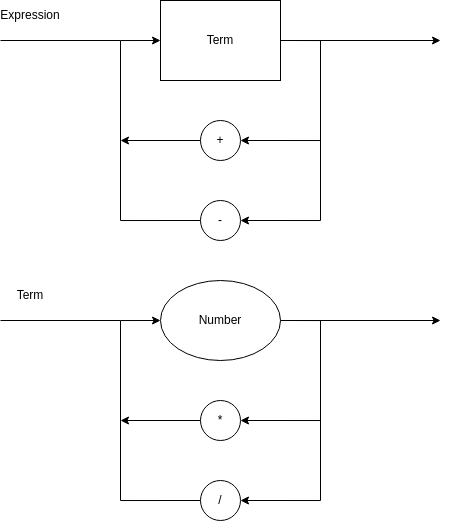
This is img/diagramaSintatico.drawio.png from NicolasQueiroga/julia-compiler, a draw.io export, as it was before one commit. Source tidied: cells renumbered, new cells last; positions are measured from the earlier drawing's top-left corner, leaving out a move shared by most shapes. The source it was exported from:
```xml
<mxGraphModel>
  <root>
    <mxCell id="0" />
    <mxCell id="1" parent="0" />
    <mxCell id="2" style="edgeStyle=orthogonalEdgeStyle;rounded=0;jettySize=auto;html=1;exitX=1;exitY=0.5;exitDx=0;exitDy=0;entryX=1;entryY=0.5;entryDx=0;entryDy=0;" parent="1" edge="1" source="4" target="6">
      <mxGeometry relative="1" as="geometry">
        <Array as="points">
          <mxPoint x="320" y="320" />
          <mxPoint x="320" y="420" />
        </Array>
      </mxGeometry>
    </mxCell>
    <mxCell id="3" style="edgeStyle=orthogonalEdgeStyle;rounded=0;jettySize=auto;html=1;exitX=1;exitY=0.5;exitDx=0;exitDy=0;entryX=1;entryY=0.5;entryDx=0;entryDy=0;" parent="1" edge="1" source="4" target="8">
      <mxGeometry relative="1" as="geometry">
        <Array as="points">
          <mxPoint x="320" y="320" />
          <mxPoint x="320" y="500" />
        </Array>
      </mxGeometry>
    </mxCell>
    <mxCell id="4" value="Number" style="ellipse;whiteSpace=wrap;html=1;" parent="1" vertex="1">
      <mxGeometry x="160" y="280" width="120" height="80" as="geometry" />
    </mxCell>
    <mxCell id="5" style="edgeStyle=orthogonalEdgeStyle;rounded=0;jettySize=auto;html=1;exitX=0;exitY=0.5;exitDx=0;exitDy=0;" parent="1" edge="1" source="6">
      <mxGeometry relative="1" as="geometry">
        <mxPoint x="120" y="420" as="targetPoint" />
      </mxGeometry>
    </mxCell>
    <mxCell id="6" value="*" style="ellipse;whiteSpace=wrap;html=1;" parent="1" vertex="1">
      <mxGeometry x="200" y="400" width="40" height="40" as="geometry" />
    </mxCell>
    <mxCell id="7" style="edgeStyle=orthogonalEdgeStyle;rounded=0;jettySize=auto;html=1;exitX=0;exitY=0.5;exitDx=0;exitDy=0;entryX=0;entryY=0.5;entryDx=0;entryDy=0;" parent="1" edge="1" source="8" target="4">
      <mxGeometry relative="1" as="geometry">
        <Array as="points">
          <mxPoint x="120" y="500" />
          <mxPoint x="120" y="320" />
        </Array>
      </mxGeometry>
    </mxCell>
    <mxCell id="8" value="/" style="ellipse;whiteSpace=wrap;html=1;" parent="1" vertex="1">
      <mxGeometry x="200" y="480" width="40" height="40" as="geometry" />
    </mxCell>
    <mxCell id="9" style="endArrow=none;html=1;rounded=0;" parent="1" edge="1">
      <mxGeometry relative="1" as="geometry">
        <mxPoint x="120" y="320" as="sourcePoint" />
        <mxPoint y="320" as="targetPoint" />
      </mxGeometry>
    </mxCell>
    <mxCell id="10" style="endArrow=classic;html=1;rounded=0;" parent="1" edge="1">
      <mxGeometry relative="1" as="geometry">
        <mxPoint x="320" y="320" as="sourcePoint" />
        <mxPoint x="440" y="320" as="targetPoint" />
      </mxGeometry>
    </mxCell>
    <mxCell id="11" value="Term" style="whiteSpace=wrap;html=1;" parent="1" vertex="1">
      <mxGeometry x="160" width="120" height="80" as="geometry" />
    </mxCell>
    <mxCell id="12" style="edgeStyle=orthogonalEdgeStyle;rounded=0;jettySize=auto;html=1;exitX=1;exitY=0.5;exitDx=0;exitDy=0;entryX=1;entryY=0.5;entryDx=0;entryDy=0;" parent="1" edge="1" target="15">
      <mxGeometry relative="1" as="geometry">
        <mxPoint x="280" y="40" as="sourcePoint" />
        <Array as="points">
          <mxPoint x="320" y="40" />
          <mxPoint x="320" y="140" />
        </Array>
      </mxGeometry>
    </mxCell>
    <mxCell id="13" style="edgeStyle=orthogonalEdgeStyle;rounded=0;jettySize=auto;html=1;exitX=1;exitY=0.5;exitDx=0;exitDy=0;entryX=1;entryY=0.5;entryDx=0;entryDy=0;" parent="1" edge="1" target="17">
      <mxGeometry relative="1" as="geometry">
        <mxPoint x="280" y="40" as="sourcePoint" />
        <Array as="points">
          <mxPoint x="320" y="40" />
          <mxPoint x="320" y="220" />
        </Array>
      </mxGeometry>
    </mxCell>
    <mxCell id="14" style="edgeStyle=orthogonalEdgeStyle;rounded=0;jettySize=auto;html=1;exitX=0;exitY=0.5;exitDx=0;exitDy=0;" parent="1" edge="1" source="15">
      <mxGeometry relative="1" as="geometry">
        <mxPoint x="120" y="140" as="targetPoint" />
      </mxGeometry>
    </mxCell>
    <mxCell id="15" value="+" style="ellipse;whiteSpace=wrap;html=1;" parent="1" vertex="1">
      <mxGeometry x="200" y="120" width="40" height="40" as="geometry" />
    </mxCell>
    <mxCell id="16" style="edgeStyle=orthogonalEdgeStyle;rounded=0;jettySize=auto;html=1;exitX=0;exitY=0.5;exitDx=0;exitDy=0;entryX=0;entryY=0.5;entryDx=0;entryDy=0;" parent="1" edge="1" source="17">
      <mxGeometry relative="1" as="geometry">
        <mxPoint x="160" y="40" as="targetPoint" />
        <Array as="points">
          <mxPoint x="120" y="220" />
          <mxPoint x="120" y="40" />
        </Array>
      </mxGeometry>
    </mxCell>
    <mxCell id="17" value="-" style="ellipse;whiteSpace=wrap;html=1;" parent="1" vertex="1">
      <mxGeometry x="200" y="200" width="40" height="40" as="geometry" />
    </mxCell>
    <mxCell id="18" style="endArrow=none;html=1;rounded=0;" parent="1" edge="1">
      <mxGeometry relative="1" as="geometry">
        <mxPoint x="120" y="40" as="sourcePoint" />
        <mxPoint y="40" as="targetPoint" />
      </mxGeometry>
    </mxCell>
    <mxCell id="19" style="endArrow=classic;html=1;rounded=0;" parent="1" edge="1">
      <mxGeometry relative="1" as="geometry">
        <mxPoint x="320" y="40" as="sourcePoint" />
        <mxPoint x="440" y="40" as="targetPoint" />
      </mxGeometry>
    </mxCell>
    <mxCell id="20" value="Expression" style="text;strokeColor=none;align=center;fillColor=none;html=1;verticalAlign=middle;whiteSpace=wrap;rounded=0;" parent="1" vertex="1">
      <mxGeometry width="60" height="30" as="geometry" />
    </mxCell>
    <mxCell id="21" value="Term" style="text;strokeColor=none;align=center;fillColor=none;html=1;verticalAlign=middle;whiteSpace=wrap;rounded=0;" parent="1" vertex="1">
      <mxGeometry y="280" width="60" height="30" as="geometry" />
    </mxCell>
  </root>
</mxGraphModel>
```
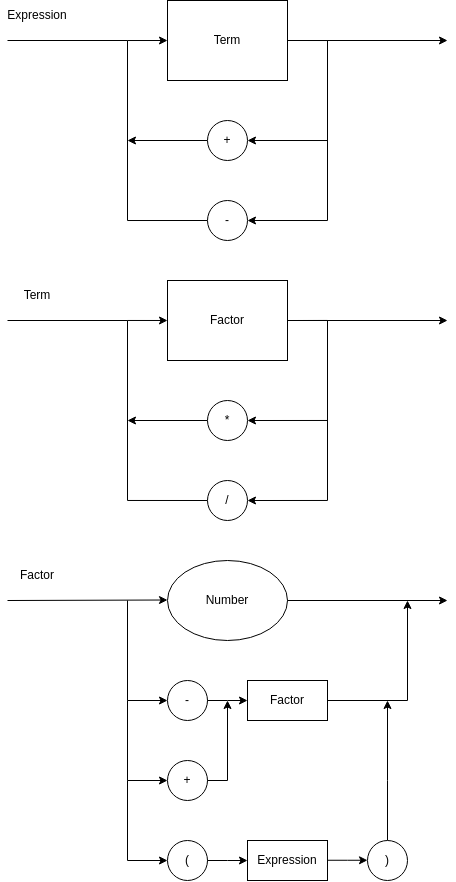
Later version of the same file.

What changed in the source:
```diff
@@ -2,25 +2,24 @@
   <root>
     <mxCell id="0" />
     <mxCell id="1" parent="0" />
-    <mxCell id="2" style="edgeStyle=orthogonalEdgeStyle;rounded=0;jettySize=auto;html=1;exitX=1;exitY=0.5;exitDx=0;exitDy=0;entryX=1;entryY=0.5;entryDx=0;entryDy=0;" parent="1" edge="1" source="4" target="6">
+    <mxCell id="2" style="edgeStyle=orthogonalEdgeStyle;rounded=0;jettySize=auto;html=1;exitX=1;exitY=0.5;exitDx=0;exitDy=0;entryX=1;entryY=0.5;entryDx=0;entryDy=0;" parent="1" edge="1" target="6">
       <mxGeometry relative="1" as="geometry">
+        <mxPoint x="280" y="320" as="sourcePoint" />
         <Array as="points">
           <mxPoint x="320" y="320" />
           <mxPoint x="320" y="420" />
         </Array>
       </mxGeometry>
     </mxCell>
-    <mxCell id="3" style="edgeStyle=orthogonalEdgeStyle;rounded=0;jettySize=auto;html=1;exitX=1;exitY=0.5;exitDx=0;exitDy=0;entryX=1;entryY=0.5;entryDx=0;entryDy=0;" parent="1" edge="1" source="4" target="8">
+    <mxCell id="3" style="edgeStyle=orthogonalEdgeStyle;rounded=0;jettySize=auto;html=1;exitX=1;exitY=0.5;exitDx=0;exitDy=0;entryX=1;entryY=0.5;entryDx=0;entryDy=0;" parent="1" edge="1" target="8">
       <mxGeometry relative="1" as="geometry">
+        <mxPoint x="280" y="320" as="sourcePoint" />
         <Array as="points">
           <mxPoint x="320" y="320" />
           <mxPoint x="320" y="500" />
         </Array>
       </mxGeometry>
     </mxCell>
-    <mxCell id="4" value="Number" style="ellipse;whiteSpace=wrap;html=1;" parent="1" vertex="1">
-      <mxGeometry x="160" y="280" width="120" height="80" as="geometry" />
-    </mxCell>
     <mxCell id="5" style="edgeStyle=orthogonalEdgeStyle;rounded=0;jettySize=auto;html=1;exitX=0;exitY=0.5;exitDx=0;exitDy=0;" parent="1" edge="1" source="6">
       <mxGeometry relative="1" as="geometry">
         <mxPoint x="120" y="420" as="targetPoint" />
@@ -29,8 +28,9 @@
     <mxCell id="6" value="*" style="ellipse;whiteSpace=wrap;html=1;" parent="1" vertex="1">
       <mxGeometry x="200" y="400" width="40" height="40" as="geometry" />
     </mxCell>
-    <mxCell id="7" style="edgeStyle=orthogonalEdgeStyle;rounded=0;jettySize=auto;html=1;exitX=0;exitY=0.5;exitDx=0;exitDy=0;entryX=0;entryY=0.5;entryDx=0;entryDy=0;" parent="1" edge="1" source="8" target="4">
+    <mxCell id="7" style="edgeStyle=orthogonalEdgeStyle;rounded=0;jettySize=auto;html=1;exitX=0;exitY=0.5;exitDx=0;exitDy=0;entryX=0;entryY=0.5;entryDx=0;entryDy=0;" parent="1" edge="1" source="8">
       <mxGeometry relative="1" as="geometry">
+        <mxPoint x="160" y="320" as="targetPoint" />
         <Array as="points">
           <mxPoint x="120" y="500" />
           <mxPoint x="120" y="320" />
@@ -111,5 +111,117 @@
     <mxCell id="21" value="Term" style="text;strokeColor=none;align=center;fillColor=none;html=1;verticalAlign=middle;whiteSpace=wrap;rounded=0;" parent="1" vertex="1">
       <mxGeometry y="280" width="60" height="30" as="geometry" />
     </mxCell>
+    <mxCell id="4" value="Number" style="ellipse;whiteSpace=wrap;html=1;" parent="1" vertex="1">
+      <mxGeometry x="160" y="560" width="120" height="80" as="geometry" />
+    </mxCell>
+    <mxCell id="22" style="endArrow=classic;html=1;rounded=0;exitX=1;exitY=0.5;exitDx=0;exitDy=0;" parent="1" edge="1" source="4">
+      <mxGeometry relative="1" as="geometry">
+        <mxPoint x="440" y="600" as="targetPoint" />
+      </mxGeometry>
+    </mxCell>
+    <mxCell id="23" value="Factor" style="text;strokeColor=none;align=center;fillColor=none;html=1;verticalAlign=middle;whiteSpace=wrap;rounded=0;" parent="1" vertex="1">
+      <mxGeometry y="560" width="60" height="30" as="geometry" />
+    </mxCell>
+    <mxCell id="24" value="Factor" style="whiteSpace=wrap;html=1;" parent="1" vertex="1">
+      <mxGeometry x="160" y="280" width="120" height="80" as="geometry" />
+    </mxCell>
+    <mxCell id="25" style="endArrow=classic;html=1;rounded=0;" parent="1" edge="1">
+      <mxGeometry relative="1" as="geometry">
+        <mxPoint y="600" as="sourcePoint" />
+        <mxPoint x="160" y="599.5" as="targetPoint" />
+      </mxGeometry>
+    </mxCell>
+    <mxCell id="26" value="Factor" style="whiteSpace=wrap;html=1;" parent="1" vertex="1">
+      <mxGeometry x="240" y="680" width="80" height="40" as="geometry" />
+    </mxCell>
+    <mxCell id="27" value="-" style="ellipse;whiteSpace=wrap;html=1;" parent="1" vertex="1">
+      <mxGeometry x="160" y="680" width="40" height="40" as="geometry" />
+    </mxCell>
+    <mxCell id="28" value="+" style="ellipse;whiteSpace=wrap;html=1;" parent="1" vertex="1">
+      <mxGeometry x="160" y="760" width="40" height="40" as="geometry" />
+    </mxCell>
+    <mxCell id="29" style="endArrow=classic;html=1;entryX=0;entryY=0.5;entryDx=0;entryDy=0;rounded=0;" parent="1" edge="1" target="27">
+      <mxGeometry relative="1" as="geometry">
+        <mxPoint x="120" y="600" as="sourcePoint" />
+        <Array as="points">
+          <mxPoint x="120" y="700" />
+        </Array>
+      </mxGeometry>
+    </mxCell>
+    <mxCell id="30" style="endArrow=classic;html=1;entryX=0;entryY=0.5;entryDx=0;entryDy=0;rounded=0;" parent="1" edge="1" target="28">
+      <mxGeometry relative="1" as="geometry">
+        <mxPoint x="120" y="700" as="sourcePoint" />
+        <Array as="points">
+          <mxPoint x="120" y="780" />
+        </Array>
+      </mxGeometry>
+    </mxCell>
+    <mxCell id="31" style="endArrow=classic;html=1;entryX=0;entryY=0.5;entryDx=0;entryDy=0;rounded=0;exitX=1;exitY=0.5;exitDx=0;exitDy=0;" parent="1" edge="1" source="27" target="26">
+      <mxGeometry relative="1" as="geometry">
+        <Array as="points">
+          <mxPoint x="220" y="700" />
+        </Array>
+      </mxGeometry>
+    </mxCell>
+    <mxCell id="32" style="endArrow=classic;html=1;rounded=0;exitX=1;exitY=0.5;exitDx=0;exitDy=0;" parent="1" edge="1" source="28">
+      <mxGeometry relative="1" as="geometry">
+        <mxPoint x="220" y="700" as="targetPoint" />
+        <Array as="points">
+          <mxPoint x="220" y="780" />
+        </Array>
+      </mxGeometry>
+    </mxCell>
+    <mxCell id="33" style="endArrow=classic;html=1;rounded=0;exitX=1;exitY=0.5;exitDx=0;exitDy=0;" parent="1" edge="1" source="26">
+      <mxGeometry relative="1" as="geometry">
+        <mxPoint x="400" y="600" as="targetPoint" />
+        <Array as="points">
+          <mxPoint x="400" y="700" />
+        </Array>
+      </mxGeometry>
+    </mxCell>
+    <mxCell id="34" value="(" style="ellipse;whiteSpace=wrap;html=1;" parent="1" vertex="1">
+      <mxGeometry x="160" y="840" width="40" height="40" as="geometry" />
+    </mxCell>
+    <mxCell id="35" style="endArrow=classic;html=1;entryX=0;entryY=0.5;entryDx=0;entryDy=0;rounded=0;" parent="1" edge="1">
+      <mxGeometry relative="1" as="geometry">
+        <mxPoint x="120" y="780" as="sourcePoint" />
+        <mxPoint x="160" y="860" as="targetPoint" />
+        <Array as="points">
+          <mxPoint x="120" y="860" />
+        </Array>
+      </mxGeometry>
+    </mxCell>
+    <mxCell id="36" value="Expression" style="whiteSpace=wrap;html=1;" parent="1" vertex="1">
+      <mxGeometry x="240" y="840" width="80" height="40" as="geometry" />
+    </mxCell>
+    <mxCell id="37" style="endArrow=classic;html=1;entryX=0;entryY=0.5;entryDx=0;entryDy=0;rounded=0;exitX=1;exitY=0.5;exitDx=0;exitDy=0;" parent="1" edge="1">
+      <mxGeometry relative="1" as="geometry">
+        <mxPoint x="200" y="860" as="sourcePoint" />
+        <mxPoint x="240" y="860" as="targetPoint" />
+        <Array as="points">
+          <mxPoint x="220" y="860" />
+        </Array>
+      </mxGeometry>
+    </mxCell>
+    <mxCell id="38" style="endArrow=classic;html=1;rounded=0;exitX=0.5;exitY=0;exitDx=0;exitDy=0;" parent="1" edge="1" source="39">
+      <mxGeometry relative="1" as="geometry">
+        <mxPoint x="380" y="700" as="targetPoint" />
+        <Array as="points">
+          <mxPoint x="380" y="780" />
+        </Array>
+      </mxGeometry>
+    </mxCell>
+    <mxCell id="39" value=")" style="ellipse;whiteSpace=wrap;html=1;" parent="1" vertex="1">
+      <mxGeometry x="360" y="840" width="40" height="40" as="geometry" />
+    </mxCell>
+    <mxCell id="40" style="endArrow=classic;html=1;entryX=0;entryY=0.5;entryDx=0;entryDy=0;rounded=0;exitX=1;exitY=0.5;exitDx=0;exitDy=0;" parent="1" edge="1">
+      <mxGeometry relative="1" as="geometry">
+        <mxPoint x="320" y="859.8" as="sourcePoint" />
+        <mxPoint x="360" y="859.8" as="targetPoint" />
+        <Array as="points">
+          <mxPoint x="340" y="859.8" />
+        </Array>
+      </mxGeometry>
+    </mxCell>
   </root>
 </mxGraphModel>
```
